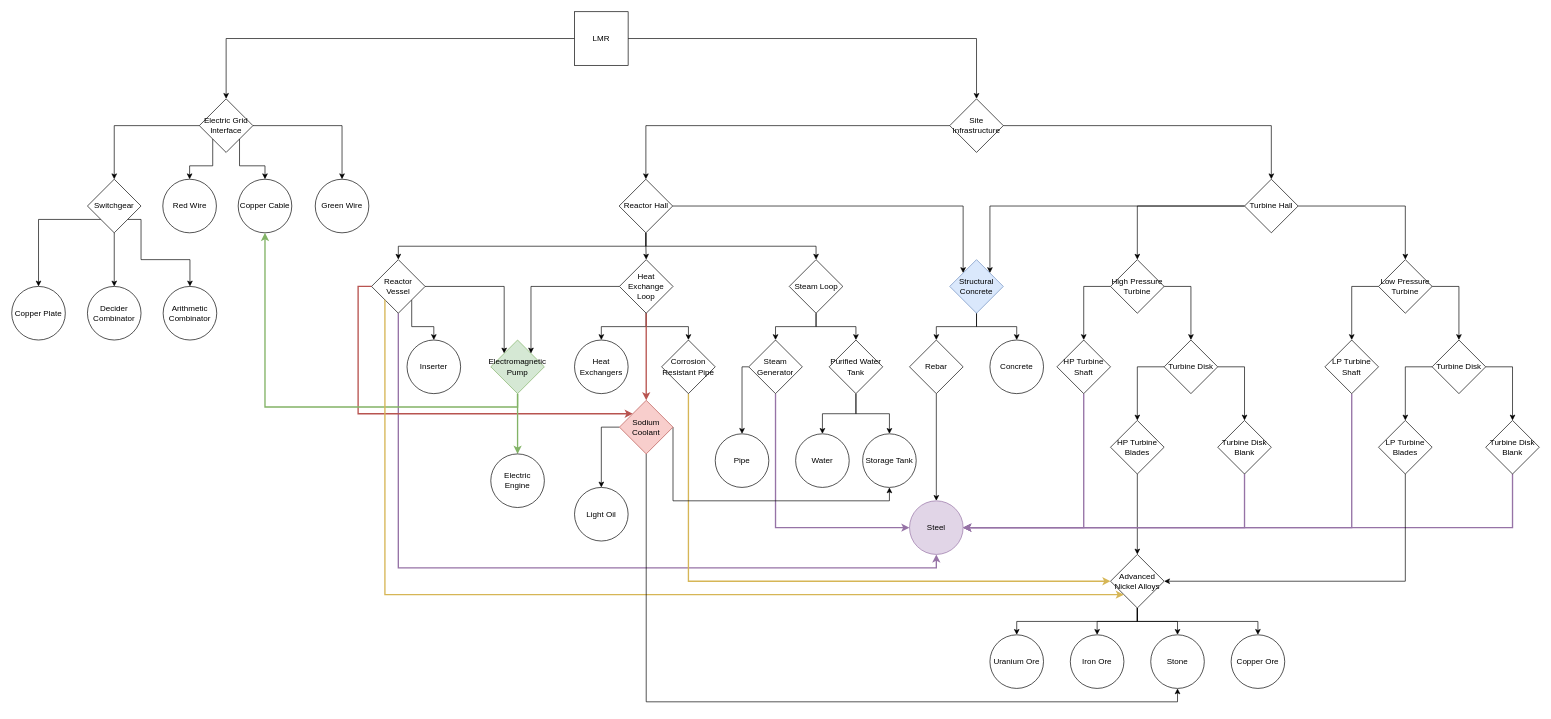
This is NuclearRebalance_1.0.0/LMR.drawio from Kingdud/Factorio-Mods, a draw.io file, before an edit. Source tidied: cells renumbered, new cells numbered last; positions are measured from the earlier drawing's top-left corner, leaving out a move shared by most shapes. Both pictures are drawn from the tidied source at 67%, with x=0, y=0 at pixel (11, 11).
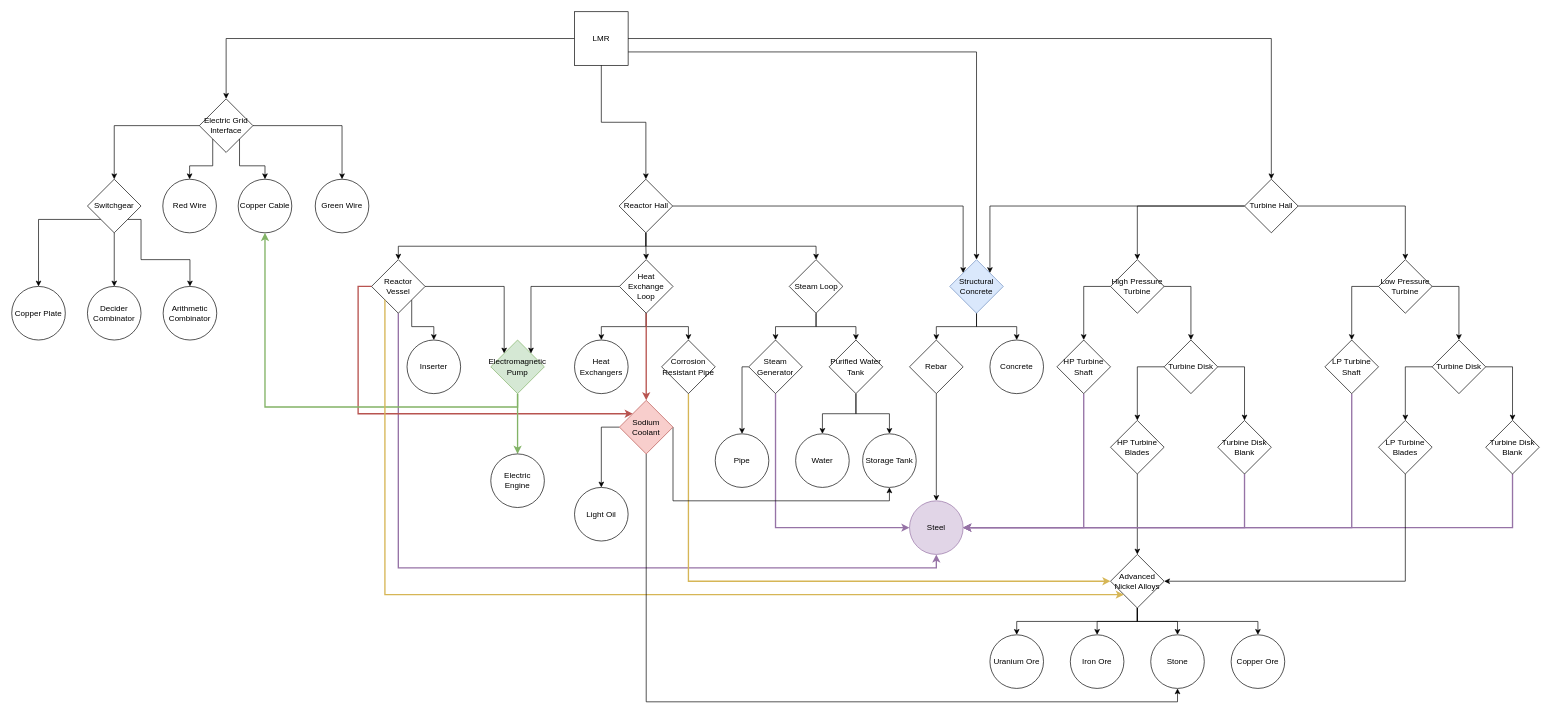
Above is the later version.

The change refers to these unchanged cells:
```xml
<mxCell id="4" value="LMR" style="whiteSpace=wrap;html=1;" parent="1" vertex="1">
  <mxGeometry x="840" width="80" height="80" as="geometry" />
</mxCell>
<mxCell id="13" value="Reactor Hall" style="rhombus;whiteSpace=wrap;html=1;" parent="1" vertex="1">
  <mxGeometry x="906.5" y="250" width="80" height="80" as="geometry" />
</mxCell>
<mxCell id="17" value="Turbine Hall" style="rhombus;whiteSpace=wrap;html=1;" parent="1" vertex="1">
  <mxGeometry x="1840" y="250" width="80" height="80" as="geometry" />
</mxCell>
<mxCell id="70" value="Structural Concrete" style="rhombus;whiteSpace=wrap;html=1;fillColor=#dae8fc;strokeColor=#6c8ebf;" parent="1" vertex="1">
  <mxGeometry x="1400" y="370" width="80" height="80" as="geometry" />
</mxCell>
```

Diff of the diagram source:
```diff
@@
-    <mxCell id="3" style="edgeStyle=orthogonalEdgeStyle;rounded=0;jettySize=auto;html=1;exitX=1;exitY=0.5;exitDx=0;exitDy=0;entryX=0.5;entryY=0;entryDx=0;entryDy=0;" parent="1" edge="1" source="4" target="8">
-      <mxGeometry relative="1" as="geometry" />
-    </mxCell>
+    <mxCell id="108" style="edgeStyle=orthogonalEdgeStyle;rounded=0;jettySize=auto;html=1;exitX=1;exitY=0.75;exitDx=0;exitDy=0;entryX=0.5;entryY=0;entryDx=0;entryDy=0;" parent="1" edge="1" source="4" target="70">
+      <mxGeometry relative="1" as="geometry" />
+    </mxCell>
@@
-    <mxCell id="6" style="edgeStyle=orthogonalEdgeStyle;rounded=0;jettySize=auto;html=1;exitX=1;exitY=0.5;exitDx=0;exitDy=0;entryX=0.5;entryY=0;entryDx=0;entryDy=0;" parent="1" edge="1" source="8" target="17">
+    <mxCell id="6" style="edgeStyle=orthogonalEdgeStyle;rounded=0;jettySize=auto;html=1;exitX=1;exitY=0.5;exitDx=0;exitDy=0;entryX=0.5;entryY=0;entryDx=0;entryDy=0;" parent="1" edge="1" source="4" target="17">
       <mxGeometry relative="1" as="geometry" />
     </mxCell>
-    <mxCell id="7" style="edgeStyle=orthogonalEdgeStyle;rounded=0;jettySize=auto;html=1;exitX=0;exitY=0.5;exitDx=0;exitDy=0;entryX=0.5;entryY=0;entryDx=0;entryDy=0;" parent="1" edge="1" source="8" target="13">
+    <mxCell id="7" style="edgeStyle=orthogonalEdgeStyle;rounded=0;jettySize=auto;html=1;exitX=0.5;exitY=1;exitDx=0;exitDy=0;entryX=0.5;entryY=0;entryDx=0;entryDy=0;" parent="1" edge="1" source="4" target="13">
       <mxGeometry relative="1" as="geometry" />
     </mxCell>
-    <mxCell id="8" value="Site Infrastructure" style="rhombus;whiteSpace=wrap;html=1;" parent="1" vertex="1">
-      <mxGeometry x="1400" y="130" width="80" height="80" as="geometry" />
-    </mxCell>
```
